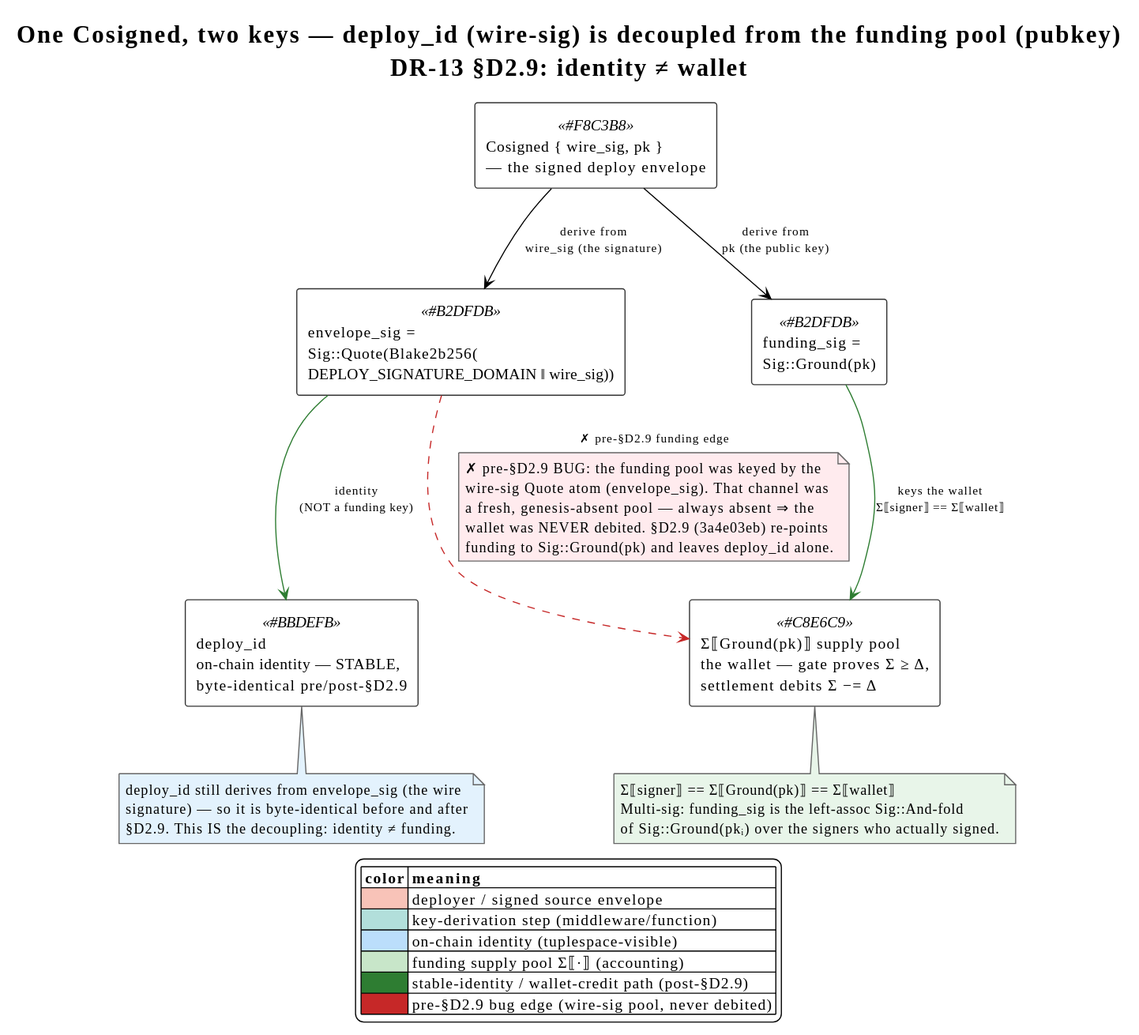
F1R3FLY-io/f1r3node-rust keeps this PlantUML diagram as docs/theory/diagrams/deploy-id-funding-decoupling.svg. Above is the earlier version.
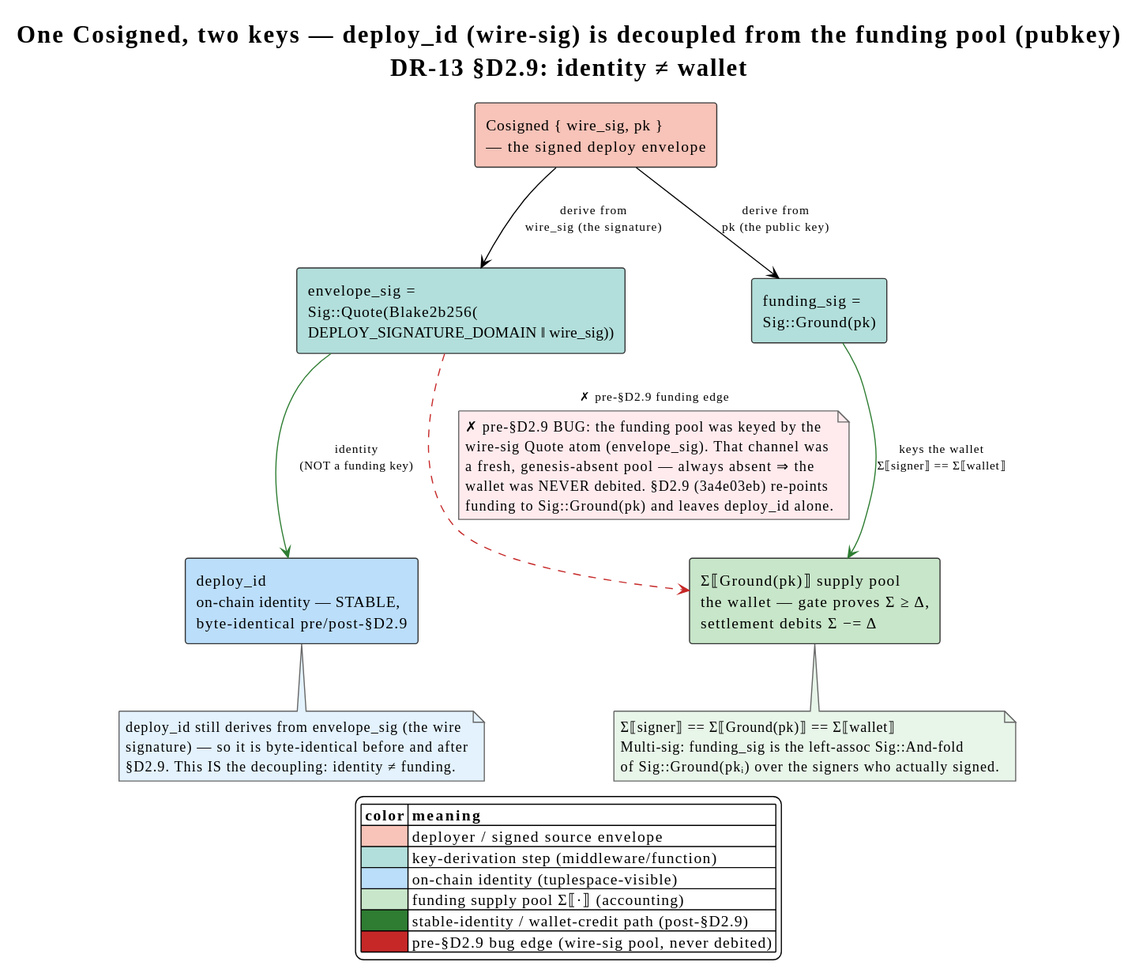
The same file after the commit.

Commit message:
[agent] docs(cost-accounting): color component fills in 4 cost-accounting diagrams

Change to the diagram source:
```diff
@@ -11,13 +11,13 @@
 skinparam NoteBorderColor     #666666
 title One Cosigned, two keys — deploy_id (wire-sig) is decoupled from the funding pool (pubkey)\nDR-13 §D2.9: identity ≠ wallet
 
-component "Cosigned { wire_sig, pk }\n— the signed deploy envelope" <<#F8C3B8>> as SRC
+component "Cosigned { wire_sig, pk }\n— the signed deploy envelope" as SRC #F8C3B8
 
-component "envelope_sig =\nSig::Quote(Blake2b256(\nDEPLOY_SIGNATURE_DOMAIN ‖ wire_sig))" <<#B2DFDB>> as ENV
-component "funding_sig =\nSig::Ground(pk)" <<#B2DFDB>> as FUND
+component "envelope_sig =\nSig::Quote(Blake2b256(\nDEPLOY_SIGNATURE_DOMAIN ‖ wire_sig))" as ENV #B2DFDB
+component "funding_sig =\nSig::Ground(pk)" as FUND #B2DFDB
 
-component "deploy_id\non-chain identity — STABLE,\nbyte-identical pre/post-§D2.9" <<#BBDEFB>> as DID
-component "Σ⟦Ground(pk)⟧  supply pool\nthe wallet — gate proves Σ ≥ Δ,\nsettlement debits Σ −= Δ" <<#C8E6C9>> as POOL
+component "deploy_id\non-chain identity — STABLE,\nbyte-identical pre/post-§D2.9" as DID #BBDEFB
+component "Σ⟦Ground(pk)⟧  supply pool\nthe wallet — gate proves Σ ≥ Δ,\nsettlement debits Σ −= Δ" as POOL #C8E6C9
 
 SRC --> ENV  : derive from\nwire_sig  (the signature)
 SRC --> FUND : derive from\npk  (the public key)
```
